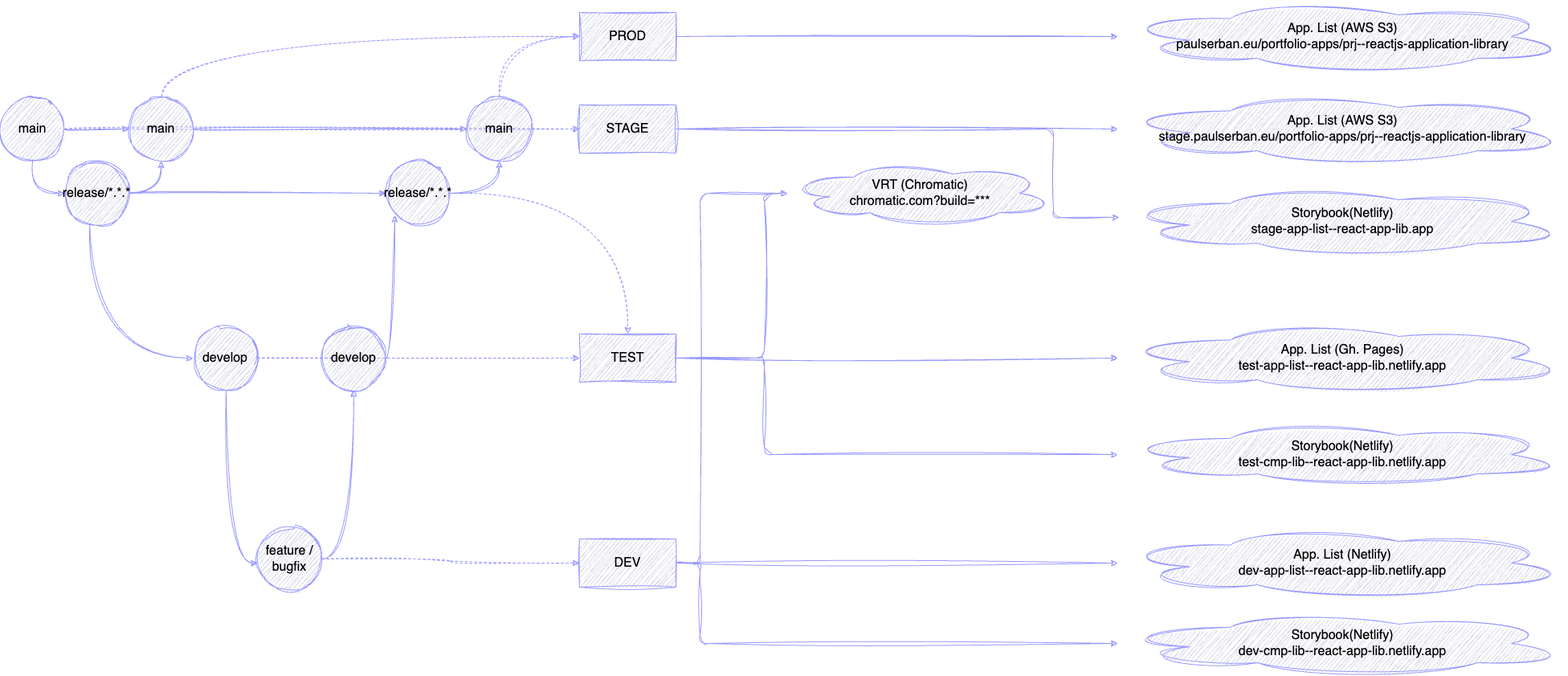
paulAlexSerban/prj--reactjs-application-library keeps this draw.io diagram as wiki/ci-cd.png. Above is the earlier version. Source tidied: cells renumbered, new cells last; positions are measured from the earlier drawing's top-left corner, leaving out a move shared by most shapes.
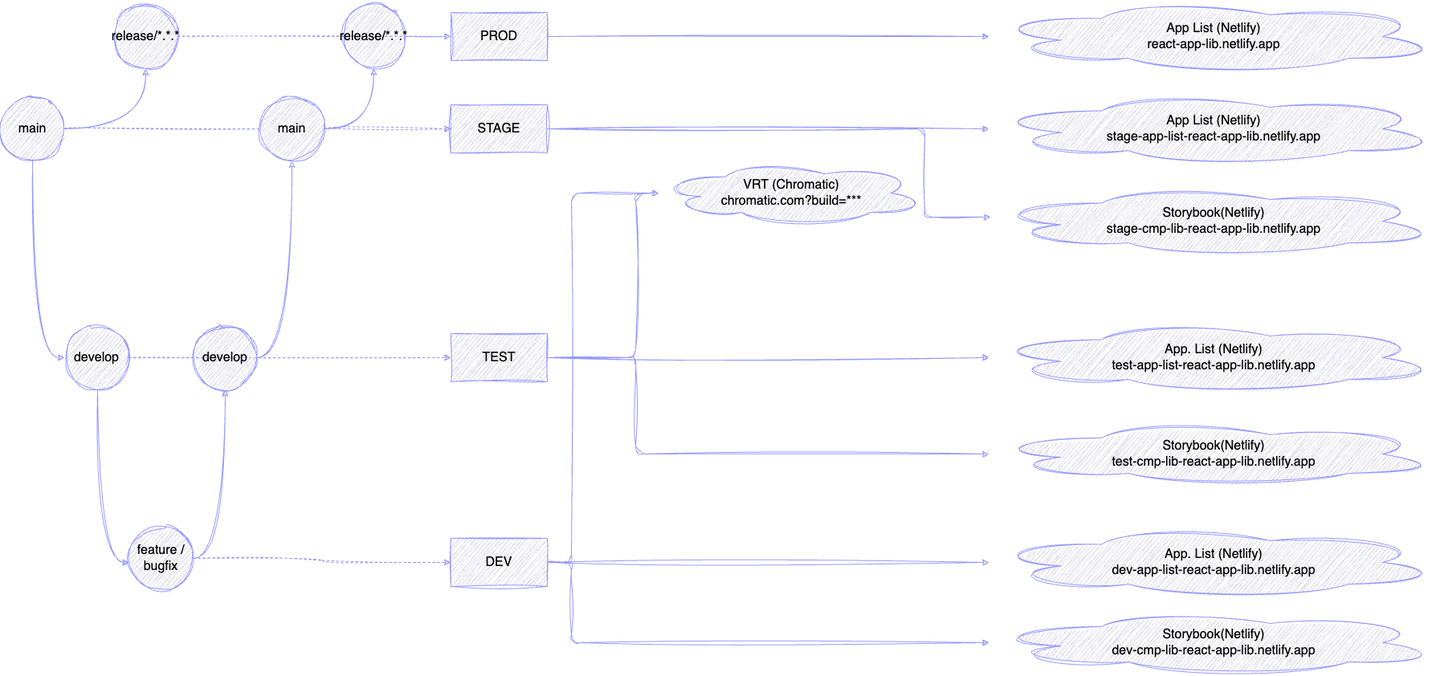
The same diagram one commit later.

Diff of the diagram source:
```diff
@@ -28,76 +28,33 @@
     <mxCell id="7" value="feature / bugfix" style="ellipse;whiteSpace=wrap;html=1;fontSize=16;fontStyle=0;strokeWidth=1;sketch=1;curveFitting=1;jiggle=2;strokeColor=#9999FF;fillColor=#d0cee2;fontColor=#000000;" parent="1" vertex="1">
       <mxGeometry x="320" y="655" width="80" height="80" as="geometry" />
     </mxCell>
+    <mxCell id="9" style="edgeStyle=orthogonalEdgeStyle;curved=1;html=1;dashed=1;fontSize=16;fontStyle=0;strokeWidth=1;sketch=1;curveFitting=1;jiggle=2;strokeColor=#9999FF;fillColor=#d0cee2;fontColor=#000000;startArrow=none;" parent="1" edge="1" source="25" target="39">
+      <mxGeometry relative="1" as="geometry" />
+    </mxCell>
+    <mxCell id="47" style="edgeStyle=orthogonalEdgeStyle;curved=1;sketch=1;html=1;entryX=0;entryY=0.5;entryDx=0;entryDy=0;strokeColor=#9999FF;strokeWidth=1;" parent="1" edge="1" source="11" target="4">
+      <mxGeometry relative="1" as="geometry" />
+    </mxCell>
-    <mxCell id="8" style="edgeStyle=orthogonalEdgeStyle;html=1;entryX=0;entryY=0.5;entryDx=0;entryDy=0;curved=1;exitX=0.5;exitY=1;exitDx=0;exitDy=0;fontSize=16;fontStyle=0;strokeWidth=1;sketch=1;curveFitting=1;jiggle=2;strokeColor=#9999FF;fillColor=#d0cee2;fontColor=#000000;" parent="1" edge="1" source="11" target="15">
+    <mxCell id="8" style="edgeStyle=orthogonalEdgeStyle;curved=1;sketch=1;html=1;strokeColor=#9999FF;strokeWidth=1;" parent="1" edge="1" source="11" target="15">
       <mxGeometry relative="1" as="geometry" />
     </mxCell>
-    <mxCell id="9" style="edgeStyle=orthogonalEdgeStyle;curved=1;html=1;dashed=1;fontSize=16;fontStyle=0;strokeWidth=1;sketch=1;curveFitting=1;jiggle=2;strokeColor=#9999FF;fillColor=#d0cee2;fontColor=#000000;" parent="1" edge="1" source="11" target="39">
-      <mxGeometry relative="1" as="geometry" />
-    </mxCell>
-    <mxCell id="10" style="edgeStyle=orthogonalEdgeStyle;curved=1;html=1;fontSize=16;fontStyle=0;strokeWidth=1;sketch=1;curveFitting=1;jiggle=2;strokeColor=#9999FF;fillColor=#d0cee2;fontColor=#000000;" parent="1" edge="1" source="11" target="18">
-      <mxGeometry relative="1" as="geometry" />
-    </mxCell>
     <mxCell id="11" value="main" style="ellipse;whiteSpace=wrap;html=1;fontSize=16;fontStyle=0;strokeWidth=1;sketch=1;curveFitting=1;jiggle=2;strokeColor=#9999FF;fillColor=#d0cee2;fontColor=#000000;" parent="1" vertex="1">
-      <mxGeometry y="120" width="80" height="80" as="geometry" />
+      <mxGeometry x="160" y="120" width="80" height="80" as="geometry" />
     </mxCell>
-    <mxCell id="12" style="edgeStyle=orthogonalEdgeStyle;curved=1;html=1;entryX=0;entryY=0.5;entryDx=0;entryDy=0;fontSize=16;fontStyle=0;strokeWidth=1;sketch=1;curveFitting=1;jiggle=2;strokeColor=#9999FF;fillColor=#d0cee2;fontColor=#000000;" parent="1" edge="1" source="15" target="4">
-      <mxGeometry relative="1" as="geometry">
-        <Array as="points">
-          <mxPoint x="111" y="445" />
-        </Array>
-      </mxGeometry>
-    </mxCell>
-    <mxCell id="13" style="edgeStyle=orthogonalEdgeStyle;curved=1;html=1;entryX=0.5;entryY=1;entryDx=0;entryDy=0;fontSize=16;fontStyle=0;exitX=1;exitY=0.5;exitDx=0;exitDy=0;strokeWidth=1;sketch=1;curveFitting=1;jiggle=2;strokeColor=#9999FF;fillColor=#d0cee2;fontColor=#000000;" parent="1" edge="1" source="15" target="18">
-      <mxGeometry relative="1" as="geometry" />
-    </mxCell>
-    <mxCell id="14" style="edgeStyle=orthogonalEdgeStyle;curved=1;html=1;fontSize=16;fontStyle=0;strokeWidth=1;sketch=1;curveFitting=1;jiggle=2;strokeColor=#9999FF;fillColor=#d0cee2;fontColor=#000000;" parent="1" edge="1" source="15" target="23">
-      <mxGeometry relative="1" as="geometry" />
-    </mxCell>
+    <mxCell id="48" style="edgeStyle=orthogonalEdgeStyle;curved=1;sketch=1;html=1;dashed=1;strokeColor=#9999FF;strokeWidth=1;" parent="1" edge="1" source="15" target="41">
+      <mxGeometry relative="1" as="geometry" />
+    </mxCell>
     <mxCell id="15" value="release/*.*.*" style="ellipse;whiteSpace=wrap;html=1;fontSize=16;fontStyle=0;strokeWidth=1;sketch=1;curveFitting=1;jiggle=2;strokeColor=#9999FF;fillColor=#d0cee2;fontColor=#000000;" parent="1" vertex="1">
-      <mxGeometry x="80" y="200" width="80" height="80" as="geometry" />
+      <mxGeometry x="301" y="5" width="80" height="80" as="geometry" />
     </mxCell>
-    <mxCell id="16" style="edgeStyle=orthogonalEdgeStyle;curved=1;html=1;dashed=1;fontSize=16;fontStyle=0;strokeWidth=1;sketch=1;curveFitting=1;jiggle=2;strokeColor=#9999FF;fillColor=#d0cee2;fontColor=#000000;" parent="1" edge="1" source="18" target="41">
-      <mxGeometry relative="1" as="geometry">
-        <Array as="points">
-          <mxPoint x="201" y="45" />
-        </Array>
-      </mxGeometry>
-    </mxCell>
-    <mxCell id="17" style="edgeStyle=orthogonalEdgeStyle;curved=1;html=1;fontSize=16;fontStyle=0;strokeWidth=1;sketch=1;curveFitting=1;jiggle=2;strokeColor=#9999FF;fillColor=#d0cee2;fontColor=#000000;" parent="1" edge="1" source="18" target="25">
-      <mxGeometry relative="1" as="geometry" />
-    </mxCell>
-    <mxCell id="18" value="main" style="ellipse;whiteSpace=wrap;html=1;fontSize=16;fontStyle=0;strokeWidth=1;sketch=1;curveFitting=1;jiggle=2;strokeColor=#9999FF;fillColor=#d0cee2;fontColor=#000000;" parent="1" vertex="1">
-      <mxGeometry x="160" y="120" width="80" height="80" as="geometry" />
-    </mxCell>
-    <mxCell id="19" style="edgeStyle=orthogonalEdgeStyle;curved=1;html=1;fontSize=16;fontStyle=0;strokeWidth=1;sketch=1;curveFitting=1;jiggle=2;strokeColor=#9999FF;fillColor=#d0cee2;fontColor=#000000;" parent="1" edge="1" source="20" target="23">
-      <mxGeometry relative="1" as="geometry">
-        <Array as="points">
-          <mxPoint x="491" y="445" />
-        </Array>
-      </mxGeometry>
-    </mxCell>
+    <mxCell id="49" style="edgeStyle=orthogonalEdgeStyle;curved=1;sketch=1;html=1;strokeColor=#9999FF;strokeWidth=1;" parent="1" edge="1" source="20" target="25">
+      <mxGeometry relative="1" as="geometry" />
+    </mxCell>
     <mxCell id="20" value="develop" style="ellipse;whiteSpace=wrap;html=1;fontSize=16;fontStyle=0;strokeWidth=1;sketch=1;curveFitting=1;jiggle=2;strokeColor=#9999FF;fillColor=#d0cee2;fontColor=#000000;" parent="1" vertex="1">
       <mxGeometry x="400" y="405" width="80" height="80" as="geometry" />
     </mxCell>
-    <mxCell id="21" style="edgeStyle=orthogonalEdgeStyle;curved=1;html=1;dashed=1;fontSize=16;fontStyle=0;strokeWidth=1;sketch=1;curveFitting=1;jiggle=2;strokeColor=#9999FF;fillColor=#d0cee2;fontColor=#000000;" parent="1" edge="1" source="23" target="36">
-      <mxGeometry relative="1" as="geometry" />
-    </mxCell>
-    <mxCell id="22" style="edgeStyle=orthogonalEdgeStyle;curved=1;html=1;entryX=0.5;entryY=1;entryDx=0;entryDy=0;fontSize=16;fontStyle=0;strokeWidth=1;sketch=1;curveFitting=1;jiggle=2;strokeColor=#9999FF;fillColor=#d0cee2;fontColor=#000000;" parent="1" edge="1" source="23" target="25">
-      <mxGeometry relative="1" as="geometry" />
-    </mxCell>
-    <mxCell id="23" value="release/*.*.*" style="ellipse;whiteSpace=wrap;html=1;fontSize=16;fontStyle=0;strokeWidth=1;sketch=1;curveFitting=1;jiggle=2;strokeColor=#9999FF;fillColor=#d0cee2;fontColor=#000000;" parent="1" vertex="1">
-      <mxGeometry x="480" y="200" width="80" height="80" as="geometry" />
-    </mxCell>
-    <mxCell id="24" style="edgeStyle=orthogonalEdgeStyle;curved=1;html=1;dashed=1;fontSize=16;fontStyle=0;strokeWidth=1;sketch=1;curveFitting=1;jiggle=2;strokeColor=#9999FF;fillColor=#d0cee2;fontColor=#000000;" parent="1" edge="1" source="25" target="41">
-      <mxGeometry relative="1" as="geometry">
-        <Array as="points">
-          <mxPoint x="621" y="45" />
-        </Array>
-      </mxGeometry>
-    </mxCell>
-    <mxCell id="25" value="main" style="ellipse;whiteSpace=wrap;html=1;fontSize=16;fontStyle=0;strokeWidth=1;sketch=1;curveFitting=1;jiggle=2;strokeColor=#9999FF;fillColor=#d0cee2;fontColor=#000000;" parent="1" vertex="1">
-      <mxGeometry x="581" y="120" width="80" height="80" as="geometry" />
-    </mxCell>
+    <mxCell id="50" style="edgeStyle=orthogonalEdgeStyle;curved=1;sketch=1;html=1;strokeColor=#9999FF;strokeWidth=1;dashed=1;" parent="1" edge="1" source="23" target="41">
+      <mxGeometry relative="1" as="geometry" />
+    </mxCell>
     <mxCell id="26" style="edgeStyle=orthogonalEdgeStyle;html=1;fontSize=16;fontStyle=0;strokeWidth=1;sketch=1;curveFitting=1;jiggle=2;strokeColor=#9999FF;fillColor=#d0cee2;fontColor=#000000;" parent="1" edge="1" source="29" target="30">
       <mxGeometry relative="1" as="geometry" />
     </mxCell>
@@ -120,10 +77,10 @@
     <mxCell id="29" value="DEV" style="whiteSpace=wrap;html=1;fontSize=16;fontStyle=0;strokeWidth=1;sketch=1;curveFitting=1;jiggle=2;strokeColor=#9999FF;fillColor=#d0cee2;fontColor=#000000;" parent="1" vertex="1">
       <mxGeometry x="721" y="670" width="120" height="60" as="geometry" />
     </mxCell>
-    <mxCell id="30" value="App. List (Netlify)&lt;br style=&quot;font-size: 16px;&quot;&gt;dev-app-list--react-app-lib.netlify.app" style="ellipse;shape=cloud;whiteSpace=wrap;html=1;fontSize=16;fontStyle=0;strokeWidth=1;sketch=1;curveFitting=1;jiggle=2;strokeColor=#9999FF;fillColor=#d0cee2;fontColor=#000000;" parent="1" vertex="1">
+    <mxCell id="30" value="App. List (Netlify)&lt;br style=&quot;font-size: 16px;&quot;&gt;dev-app-list-react-app-lib.netlify.app" style="ellipse;shape=cloud;whiteSpace=wrap;html=1;fontSize=16;fontStyle=0;strokeWidth=1;sketch=1;curveFitting=1;jiggle=2;strokeColor=#9999FF;fillColor=#d0cee2;fontColor=#000000;" parent="1" vertex="1">
       <mxGeometry x="1391" y="655" width="560" height="90" as="geometry" />
     </mxCell>
-    <mxCell id="31" value="Storybook(Netlify)&lt;br style=&quot;font-size: 16px;&quot;&gt;dev-cmp-lib--react-app-lib.netlify.app" style="ellipse;shape=cloud;whiteSpace=wrap;html=1;fontSize=16;fontStyle=0;strokeWidth=1;sketch=1;curveFitting=1;jiggle=2;strokeColor=#9999FF;fillColor=#d0cee2;fontColor=#000000;" parent="1" vertex="1">
+    <mxCell id="31" value="Storybook(Netlify)&lt;br style=&quot;font-size: 16px;&quot;&gt;dev-cmp-lib-react-app-lib.netlify.app" style="ellipse;shape=cloud;whiteSpace=wrap;html=1;fontSize=16;fontStyle=0;strokeWidth=1;sketch=1;curveFitting=1;jiggle=2;strokeColor=#9999FF;fillColor=#d0cee2;fontColor=#000000;" parent="1" vertex="1">
       <mxGeometry x="1391" y="760" width="560" height="80" as="geometry" />
     </mxCell>
     <mxCell id="32" value="VRT (Chromatic)&lt;br style=&quot;font-size: 16px;&quot;&gt;chromatic.com?build=***" style="ellipse;shape=cloud;whiteSpace=wrap;html=1;fontSize=16;fontStyle=0;strokeWidth=1;sketch=1;curveFitting=1;jiggle=2;strokeColor=#9999FF;fillColor=#d0cee2;fontColor=#000000;" parent="1" vertex="1">
@@ -171,20 +128,32 @@
     <mxCell id="41" value="PROD" style="whiteSpace=wrap;html=1;fontSize=16;fontStyle=0;strokeWidth=1;sketch=1;curveFitting=1;jiggle=2;strokeColor=#9999FF;fillColor=#d0cee2;fontColor=#000000;" parent="1" vertex="1">
       <mxGeometry x="721" y="15" width="120" height="60" as="geometry" />
     </mxCell>
-    <mxCell id="42" value="App. List (Gh. Pages)&lt;br style=&quot;font-size: 16px;&quot;&gt;test-app-list--react-app-lib.netlify.app" style="ellipse;shape=cloud;whiteSpace=wrap;html=1;fontSize=16;fontStyle=0;strokeWidth=1;sketch=1;curveFitting=1;jiggle=2;strokeColor=#9999FF;fillColor=#d0cee2;fontColor=#000000;" parent="1" vertex="1">
+    <mxCell id="42" value="App. List (Netlify)&lt;br style=&quot;font-size: 16px;&quot;&gt;test-app-list-react-app-lib.netlify.app" style="ellipse;shape=cloud;whiteSpace=wrap;html=1;fontSize=16;fontStyle=0;strokeWidth=1;sketch=1;curveFitting=1;jiggle=2;strokeColor=#9999FF;fillColor=#d0cee2;fontColor=#000000;" parent="1" vertex="1">
       <mxGeometry x="1391" y="400" width="560" height="90" as="geometry" />
     </mxCell>
-    <mxCell id="43" value="Storybook(Netlify)&lt;br style=&quot;font-size: 16px;&quot;&gt;test-cmp-lib--react-app-lib.netlify.app" style="ellipse;shape=cloud;whiteSpace=wrap;html=1;fontSize=16;fontStyle=0;strokeWidth=1;sketch=1;curveFitting=1;jiggle=2;strokeColor=#9999FF;fillColor=#d0cee2;fontColor=#000000;" parent="1" vertex="1">
+    <mxCell id="43" value="Storybook(Netlify)&lt;br style=&quot;font-size: 16px;&quot;&gt;test-cmp-lib-react-app-lib.netlify.app" style="ellipse;shape=cloud;whiteSpace=wrap;html=1;fontSize=16;fontStyle=0;strokeWidth=1;sketch=1;curveFitting=1;jiggle=2;strokeColor=#9999FF;fillColor=#d0cee2;fontColor=#000000;" parent="1" vertex="1">
       <mxGeometry x="1391" y="525" width="560" height="80" as="geometry" />
     </mxCell>
-    <mxCell id="44" value="App. List (AWS S3)&lt;br style=&quot;font-size: 16px;&quot;&gt;stage.paulserban.eu/portfolio-apps/prj--reactjs-application-library" style="ellipse;shape=cloud;whiteSpace=wrap;html=1;fontSize=16;fontStyle=0;strokeWidth=1;sketch=1;curveFitting=1;jiggle=2;strokeColor=#9999FF;fillColor=#d0cee2;fontColor=#000000;" parent="1" vertex="1">
+    <mxCell id="44" value="App List (Netlify)&lt;br&gt;stage-app-list-react-app-lib.netlify.app" style="ellipse;shape=cloud;whiteSpace=wrap;html=1;fontSize=16;fontStyle=0;strokeWidth=1;sketch=1;curveFitting=1;jiggle=2;strokeColor=#9999FF;fillColor=#d0cee2;fontColor=#000000;" parent="1" vertex="1">
       <mxGeometry x="1391" y="115" width="560" height="90" as="geometry" />
     </mxCell>
-    <mxCell id="45" value="Storybook(Netlify)&lt;br style=&quot;font-size: 16px;&quot;&gt;stage-app-list--react-app-lib.app" style="ellipse;shape=cloud;whiteSpace=wrap;html=1;fontSize=16;fontStyle=0;strokeWidth=1;sketch=1;curveFitting=1;jiggle=2;strokeColor=#9999FF;fillColor=#d0cee2;fontColor=#000000;" parent="1" vertex="1">
+    <mxCell id="45" value="Storybook(Netlify)&lt;br style=&quot;font-size: 16px;&quot;&gt;stage-cmp-lib-react-app-lib.netlify.app" style="ellipse;shape=cloud;whiteSpace=wrap;html=1;fontSize=16;fontStyle=0;strokeWidth=1;sketch=1;curveFitting=1;jiggle=2;strokeColor=#9999FF;fillColor=#d0cee2;fontColor=#000000;" parent="1" vertex="1">
       <mxGeometry x="1391" y="230" width="560" height="90" as="geometry" />
     </mxCell>
-    <mxCell id="46" value="App. List (AWS S3)&lt;br style=&quot;font-size: 16px;&quot;&gt;paulserban.eu/portfolio-apps/prj--reactjs-application-library" style="ellipse;shape=cloud;whiteSpace=wrap;html=1;fontSize=16;fontStyle=0;strokeWidth=1;sketch=1;curveFitting=1;jiggle=2;strokeColor=#9999FF;fillColor=#d0cee2;fontColor=#000000;" parent="1" vertex="1">
+    <mxCell id="46" value="App List (Netlify)&lt;br&gt;react-app-lib.netlify.app" style="ellipse;shape=cloud;whiteSpace=wrap;html=1;fontSize=16;fontStyle=0;strokeWidth=1;sketch=1;curveFitting=1;jiggle=2;strokeColor=#9999FF;fillColor=#d0cee2;fontColor=#000000;" parent="1" vertex="1">
       <mxGeometry x="1391" width="560" height="90" as="geometry" />
     </mxCell>
+    <mxCell id="51" style="edgeStyle=orthogonalEdgeStyle;curved=1;html=1;dashed=1;fontSize=16;fontStyle=0;strokeWidth=1;sketch=1;curveFitting=1;jiggle=2;strokeColor=#9999FF;fillColor=#d0cee2;fontColor=#000000;endArrow=none;" parent="1" edge="1" source="11" target="25">
+      <mxGeometry relative="1" as="geometry" />
+    </mxCell>
+    <mxCell id="52" style="edgeStyle=orthogonalEdgeStyle;curved=1;sketch=1;html=1;strokeColor=#9999FF;strokeWidth=1;" parent="1" edge="1" source="25" target="23">
+      <mxGeometry relative="1" as="geometry" />
+    </mxCell>
+    <mxCell id="25" value="main" style="ellipse;whiteSpace=wrap;html=1;fontSize=16;fontStyle=0;strokeWidth=1;sketch=1;curveFitting=1;jiggle=2;strokeColor=#9999FF;fillColor=#d0cee2;fontColor=#000000;" parent="1" vertex="1">
+      <mxGeometry x="483" y="120" width="80" height="80" as="geometry" />
+    </mxCell>
+    <mxCell id="23" value="release/*.*.*" style="ellipse;whiteSpace=wrap;html=1;fontSize=16;fontStyle=0;strokeWidth=1;sketch=1;curveFitting=1;jiggle=2;strokeColor=#9999FF;fillColor=#d0cee2;fontColor=#000000;" parent="1" vertex="1">
+      <mxGeometry x="585" y="5" width="80" height="80" as="geometry" />
+    </mxCell>
   </root>
 </mxGraphModel>
```
